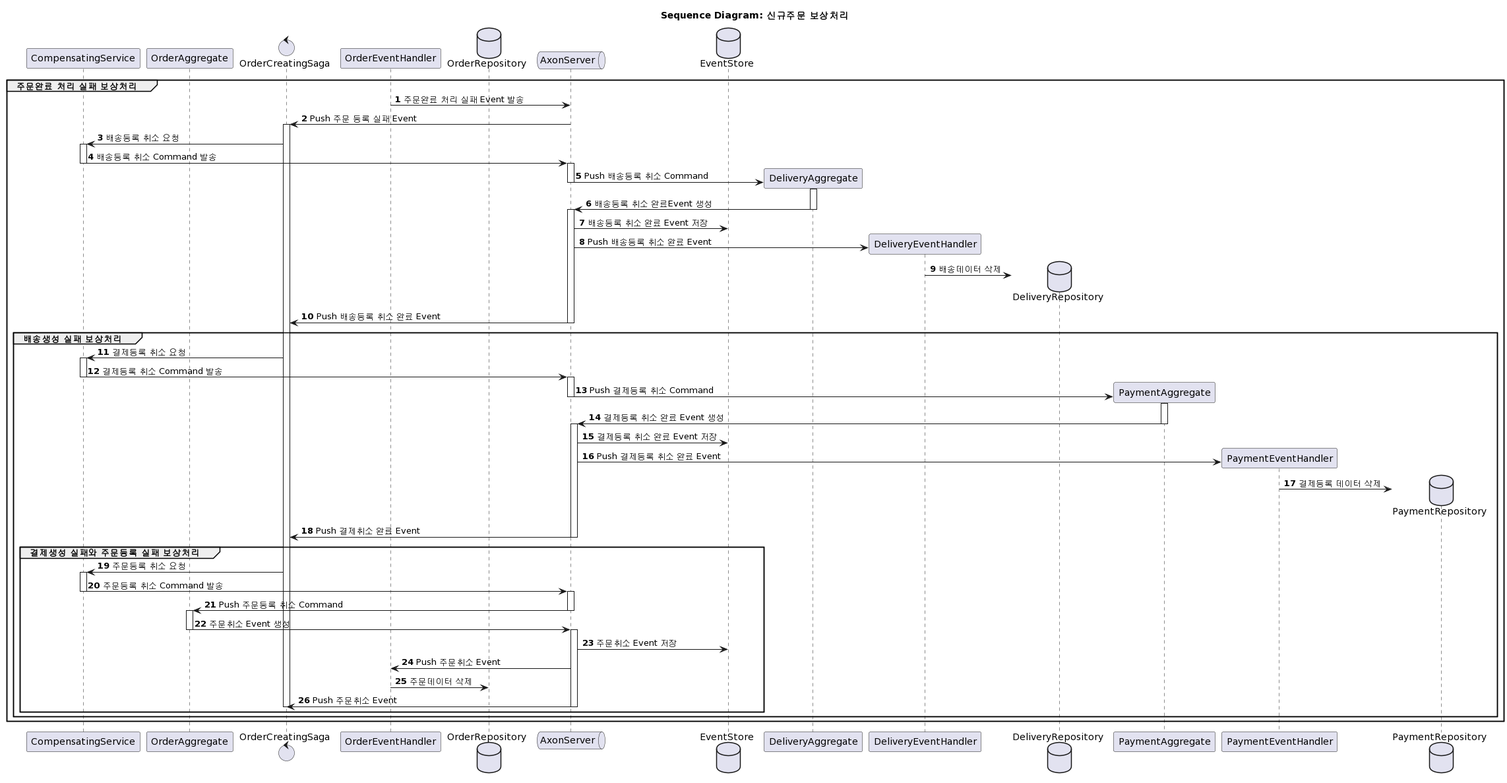
Above: doc/uml/sequence/seq_create_fail.png in happykubepia/agilemall-axon (PlantUML), before the change. Source of this version:
```plantuml
@startuml


title Sequence Diagram: 신규주문 보상처리

participant CompensatingService
participant OrderAggregate
control OrderCreatingSaga
participant OrderEventHandler
database OrderRepository
queue AxonServer
database EventStore

autonumber

group 주문완료 처리 실패 보상처리
OrderEventHandler -> AxonServer: 주문완료 처리 실패 Event 발송
AxonServer -> OrderCreatingSaga --++: Push 주문 등록 실패 Event
OrderCreatingSaga -> CompensatingService ++: 배송등록 취소 요청
CompensatingService -> AxonServer --++: 배송등록 취소 Command 발송
create participant DeliveryAggregate
AxonServer -> DeliveryAggregate --++: Push 배송등록 취소 Command
DeliveryAggregate -> AxonServer --++: 배송등록 취소 완료Event 생성
AxonServer -> EventStore: 배송등록 취소 완료 Event 저장
create participant DeliveryEventHandler
AxonServer -> DeliveryEventHandler: Push 배송등록 취소 완료 Event
create database DeliveryRepository
DeliveryEventHandler -> DeliveryRepository: 배송데이터 삭제
AxonServer -> OrderCreatingSaga --: Push 배송등록 취소 완료 Event


group 배송생성 실패 보상처리
OrderCreatingSaga -> CompensatingService ++: 결제등록 취소 요청
CompensatingService -> AxonServer --++: 결제등록 취소 Command 발송

create participant PaymentAggregate
AxonServer -> PaymentAggregate --++: Push 결제등록 취소 Command
PaymentAggregate -> AxonServer --++: 결제등록 취소 완료 Event 생성
AxonServer++
AxonServer -> EventStore: 결제등록 취소 완료 Event 저장

create participant PaymentEventHandler
AxonServer -> PaymentEventHandler: Push 결제등록 취소 완료 Event
create database PaymentRepository
PaymentEventHandler -> PaymentRepository: 결제등록 데이터 삭제
AxonServer -> OrderCreatingSaga --: Push 결제취소 완료 Event
AxonServer --

group 결제생성 실패와 주문등록 실패 보상처리
OrderCreatingSaga -> CompensatingService ++: 주문등록 취소 요청
CompensatingService -> AxonServer --++: 주문등록 취소 Command 발송
AxonServer -> OrderAggregate --++: Push 주문등록 취소 Command
OrderAggregate -> AxonServer --++: 주문취소 Event 생성
AxonServer++
AxonServer -> EventStore: 주문취소 Event 저장
AxonServer -> OrderEventHandler: Push 주문취소 Event
OrderEventHandler -> OrderRepository: 주문데이터 삭제
AxonServer -> OrderCreatingSaga --: Push 주문취소 Event
AxonServer --
OrderCreatingSaga --
end
end
end
@enduml
```
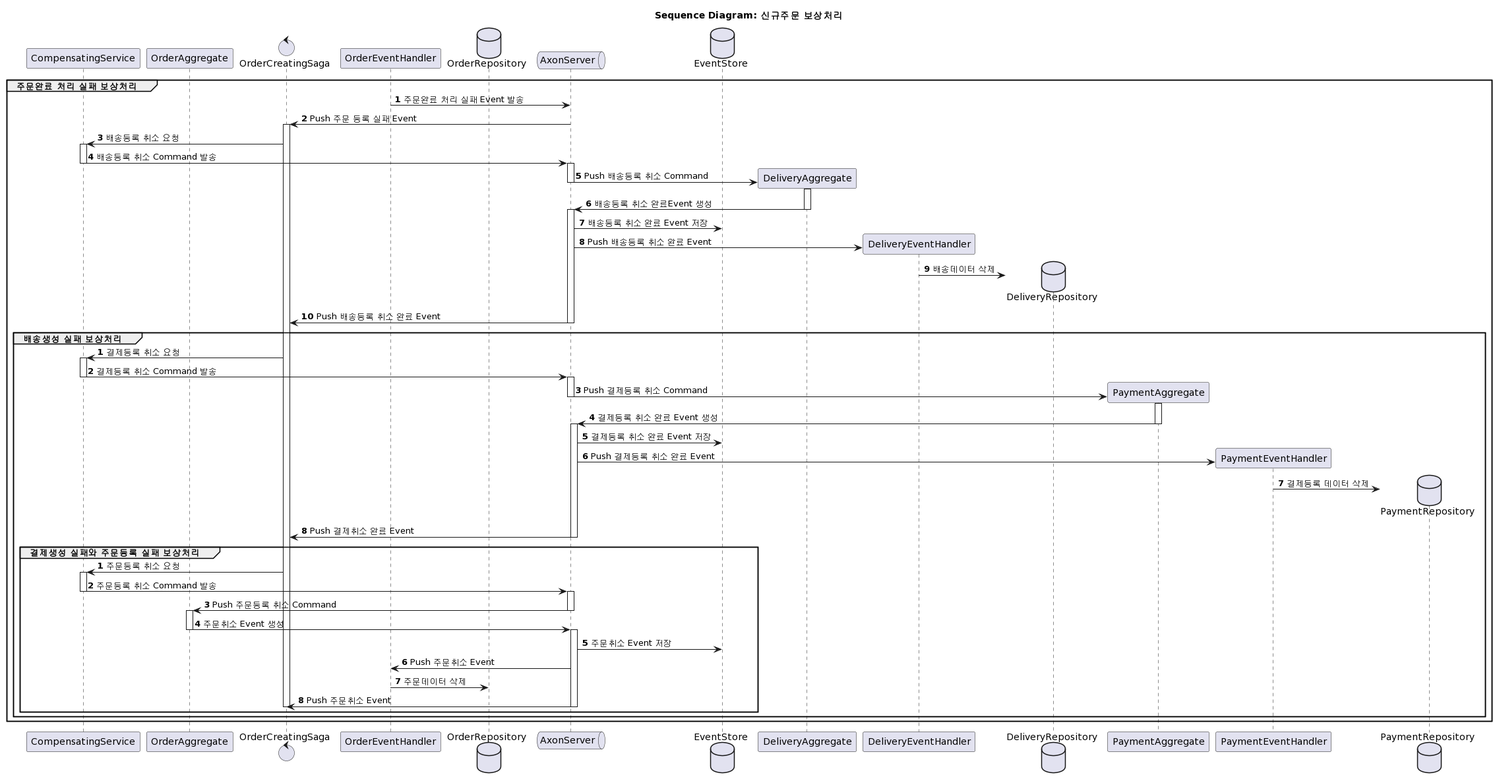
After the change.

Commit message:
change sequence diagram

The edit, as a diff of the source:
```diff
@@ -28,7 +28,9 @@
 DeliveryEventHandler -> DeliveryRepository: 배송데이터 삭제
 AxonServer -> OrderCreatingSaga --: Push 배송등록 취소 완료 Event
 
+autonumber stop
 
+autonumber
 group 배송생성 실패 보상처리
 OrderCreatingSaga -> CompensatingService ++: 결제등록 취소 요청
 CompensatingService -> AxonServer --++: 결제등록 취소 Command 발송
@@ -45,7 +47,9 @@
 PaymentEventHandler -> PaymentRepository: 결제등록 데이터 삭제
 AxonServer -> OrderCreatingSaga --: Push 결제취소 완료 Event
 AxonServer --
+autonumber stop
 
+autonumber
 group 결제생성 실패와 주문등록 실패 보상처리
 OrderCreatingSaga -> CompensatingService ++: 주문등록 취소 요청
 CompensatingService -> AxonServer --++: 주문등록 취소 Command 발송
@@ -58,6 +62,7 @@
 AxonServer -> OrderCreatingSaga --: Push 주문취소 Event
 AxonServer --
 OrderCreatingSaga --
+autonumber stop
 end
 end
 end
```
